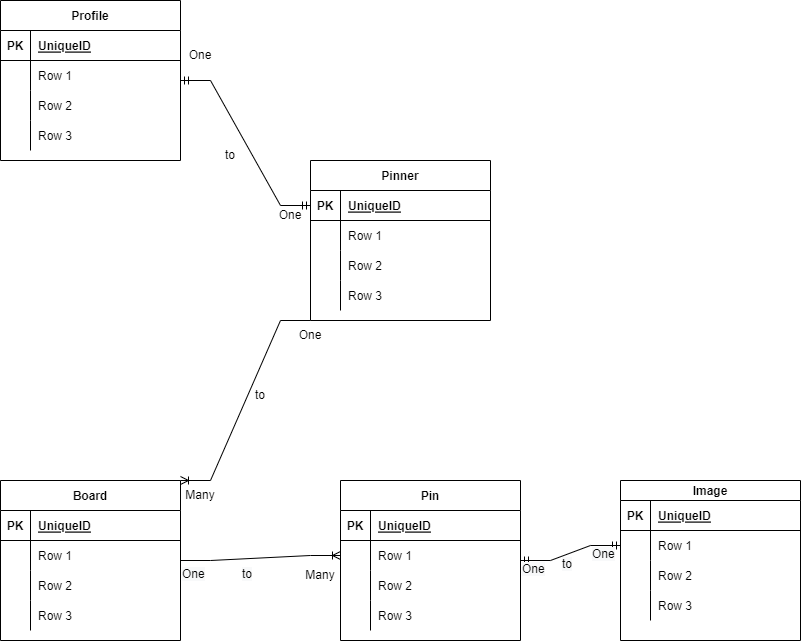
Earlier version of the draw.io export src/docs/DataBaseGraph.drawio.png (Dorstol/tatoo). Source tidied: cells renumbered, new cells last; positions are measured from the earlier drawing's top-left corner, leaving out a move shared by most shapes.
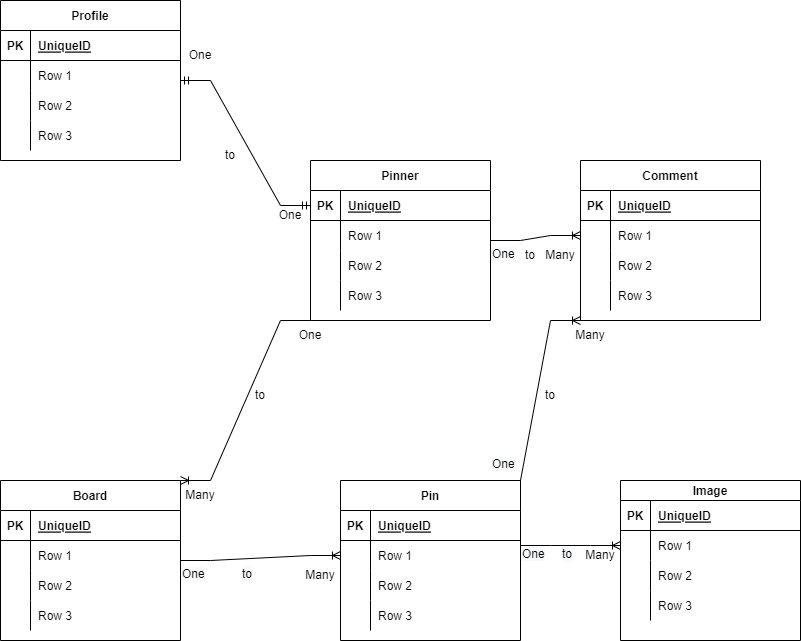
The same file after the commit.

Diff of the diagram source:
```diff
@@ -205,11 +205,6 @@
         <mxPoint x="180" y="560" as="sourcePoint" />
       </mxGeometry>
     </mxCell>
-    <mxCell id="69" style="edgeStyle=entityRelationEdgeStyle;fontSize=12;html=1;endArrow=ERmandOne;startArrow=ERmandOne;rounded=0;entryX=0;entryY=0.5;entryDx=0;entryDy=0;" parent="1" edge="1" target="58">
-      <mxGeometry relative="1" as="geometry">
-        <mxPoint x="520" y="560" as="sourcePoint" />
-      </mxGeometry>
-    </mxCell>
     <mxCell id="70" style="edgeStyle=entityRelationEdgeStyle;fontSize=12;html=1;endArrow=ERmandOne;startArrow=ERmandOne;rounded=0;entryX=0;entryY=0.5;entryDx=0;entryDy=0;" parent="1" edge="1" target="3">
       <mxGeometry relative="1" as="geometry">
         <mxPoint x="180" y="80" as="sourcePoint" />
@@ -243,13 +238,85 @@
       <mxGeometry x="290" y="560" width="60" height="30" as="geometry" />
     </mxCell>
     <mxCell id="80" value="&lt;span style=&quot;color: rgb(0, 0, 0); font-family: Helvetica; font-size: 12px; font-style: normal; font-variant-ligatures: normal; font-variant-caps: normal; font-weight: 400; letter-spacing: normal; orphans: 2; text-align: center; text-indent: 0px; text-transform: none; widows: 2; word-spacing: 0px; -webkit-text-stroke-width: 0px; background-color: rgb(248, 249, 250); text-decoration-thickness: initial; text-decoration-style: initial; text-decoration-color: initial; float: none; display: inline !important;&quot;&gt;One&lt;/span&gt;" style="text;whiteSpace=wrap;html=1;" parent="1" vertex="1">
-      <mxGeometry x="520" y="555" width="60" height="40" as="geometry" />
+      <mxGeometry x="520" y="540" width="60" height="40" as="geometry" />
     </mxCell>
-    <mxCell id="81" value="&lt;span style=&quot;color: rgb(0, 0, 0); font-family: Helvetica; font-size: 12px; font-style: normal; font-variant-ligatures: normal; font-variant-caps: normal; font-weight: 400; letter-spacing: normal; orphans: 2; text-align: center; text-indent: 0px; text-transform: none; widows: 2; word-spacing: 0px; -webkit-text-stroke-width: 0px; background-color: rgb(248, 249, 250); text-decoration-thickness: initial; text-decoration-style: initial; text-decoration-color: initial; float: none; display: inline !important;&quot;&gt;One&lt;/span&gt;" style="text;whiteSpace=wrap;html=1;" parent="1" vertex="1">
-      <mxGeometry x="590" y="540" width="60" height="40" as="geometry" />
-    </mxCell>
     <mxCell id="82" value="&lt;span style=&quot;color: rgb(0, 0, 0); font-family: Helvetica; font-size: 12px; font-style: normal; font-variant-ligatures: normal; font-variant-caps: normal; font-weight: 400; letter-spacing: normal; orphans: 2; text-align: center; text-indent: 0px; text-transform: none; widows: 2; word-spacing: 0px; -webkit-text-stroke-width: 0px; background-color: rgb(248, 249, 250); text-decoration-thickness: initial; text-decoration-style: initial; text-decoration-color: initial; float: none; display: inline !important;&quot;&gt;to&lt;/span&gt;" style="text;whiteSpace=wrap;html=1;" parent="1" vertex="1">
-      <mxGeometry x="560" y="550" width="40" height="40" as="geometry" />
+      <mxGeometry x="560" y="540" width="40" height="40" as="geometry" />
     </mxCell>
+    <mxCell id="83" style="edgeStyle=entityRelationEdgeStyle;fontSize=12;html=1;endArrow=ERoneToMany;rounded=0;entryX=0;entryY=0.5;entryDx=0;entryDy=0;" parent="1" edge="1" target="58">
+      <mxGeometry relative="1" as="geometry">
+        <mxPoint x="520" y="545" as="sourcePoint" />
+      </mxGeometry>
+    </mxCell>
+    <mxCell id="84" value="Many" style="text;html=1;strokeColor=none;fillColor=none;align=center;verticalAlign=middle;whiteSpace=wrap;rounded=0;" parent="1" vertex="1">
+      <mxGeometry x="570" y="540" width="60" height="30" as="geometry" />
+    </mxCell>
+    <mxCell id="85" value="Comment" style="shape=table;startSize=30;rowLines=0;fontStyle=1;align=center;" parent="1" vertex="1">
+      <mxGeometry x="580" y="160" width="180" height="160" as="geometry" />
+    </mxCell>
+    <mxCell id="86" style="shape=tableRow;horizontal=0;startSize=0;swimlaneHead=0;swimlaneBody=0;fillColor=none;top=0;left=0;right=0;bottom=1;" parent="85" vertex="1">
+      <mxGeometry y="30" width="180" height="30" as="geometry" />
+    </mxCell>
+    <mxCell id="87" value="PK" style="shape=partialRectangle;fillColor=none;top=0;left=0;bottom=0;right=0;fontStyle=1;overflow=hidden;" parent="86" vertex="1">
+      <mxGeometry width="30" height="30" as="geometry" />
+    </mxCell>
+    <mxCell id="88" value="UniqueID" style="shape=partialRectangle;fillColor=none;top=0;left=0;bottom=0;right=0;align=left;spacingLeft=6;fontStyle=5;overflow=hidden;" parent="86" vertex="1">
+      <mxGeometry x="30" width="150" height="30" as="geometry" />
+    </mxCell>
+    <mxCell id="89" style="shape=tableRow;horizontal=0;startSize=0;swimlaneHead=0;swimlaneBody=0;fillColor=none;points=[[0,0.5],[1,0.5]];portConstraint=eastwest;top=0;left=0;right=0;bottom=0;" parent="85" vertex="1">
+      <mxGeometry y="60" width="180" height="30" as="geometry" />
+    </mxCell>
+    <mxCell id="90" style="shape=partialRectangle;fillColor=none;top=0;left=0;bottom=0;right=0;overflow=hidden;" parent="89" vertex="1">
+      <mxGeometry width="30" height="30" as="geometry" />
+    </mxCell>
+    <mxCell id="91" value="Row 1" style="shape=partialRectangle;fillColor=none;top=0;left=0;bottom=0;right=0;align=left;spacingLeft=6;overflow=hidden;" parent="89" vertex="1">
+      <mxGeometry x="30" width="150" height="30" as="geometry" />
+    </mxCell>
+    <mxCell id="92" style="shape=tableRow;horizontal=0;startSize=0;swimlaneHead=0;swimlaneBody=0;fillColor=none;top=0;left=0;right=0;bottom=0;" parent="85" vertex="1">
+      <mxGeometry y="90" width="180" height="30" as="geometry" />
+    </mxCell>
+    <mxCell id="93" style="shape=partialRectangle;fillColor=none;top=0;left=0;bottom=0;right=0;overflow=hidden;" parent="92" vertex="1">
+      <mxGeometry width="30" height="30" as="geometry" />
+    </mxCell>
+    <mxCell id="94" value="Row 2" style="shape=partialRectangle;fillColor=none;top=0;left=0;bottom=0;right=0;align=left;spacingLeft=6;overflow=hidden;" parent="92" vertex="1">
+      <mxGeometry x="30" width="150" height="30" as="geometry" />
+    </mxCell>
+    <mxCell id="95" style="shape=tableRow;horizontal=0;startSize=0;swimlaneHead=0;swimlaneBody=0;fillColor=none;top=0;left=0;right=0;bottom=0;" parent="85" vertex="1">
+      <mxGeometry y="120" width="180" height="30" as="geometry" />
+    </mxCell>
+    <mxCell id="96" style="shape=partialRectangle;fillColor=none;top=0;left=0;bottom=0;right=0;overflow=hidden;" parent="95" vertex="1">
+      <mxGeometry width="30" height="30" as="geometry" />
+    </mxCell>
+    <mxCell id="97" value="Row 3" style="shape=partialRectangle;fillColor=none;top=0;left=0;bottom=0;right=0;align=left;spacingLeft=6;overflow=hidden;" parent="95" vertex="1">
+      <mxGeometry x="30" width="150" height="30" as="geometry" />
+    </mxCell>
+    <mxCell id="98" style="edgeStyle=entityRelationEdgeStyle;fontSize=12;html=1;endArrow=ERoneToMany;rounded=0;entryX=0;entryY=0.5;entryDx=0;entryDy=0;" parent="1" edge="1" target="89">
+      <mxGeometry relative="1" as="geometry">
+        <mxPoint x="490" y="240" as="sourcePoint" />
+      </mxGeometry>
+    </mxCell>
+    <mxCell id="99" style="edgeStyle=entityRelationEdgeStyle;fontSize=12;html=1;endArrow=ERoneToMany;rounded=0;entryX=0;entryY=1;entryDx=0;entryDy=0;" parent="1" edge="1" target="85">
+      <mxGeometry relative="1" as="geometry">
+        <mxPoint x="490" y="480" as="sourcePoint" />
+      </mxGeometry>
+    </mxCell>
+    <mxCell id="100" value="&lt;span style=&quot;color: rgb(0, 0, 0); font-family: Helvetica; font-size: 12px; font-style: normal; font-variant-ligatures: normal; font-variant-caps: normal; font-weight: 400; letter-spacing: normal; orphans: 2; text-align: center; text-indent: 0px; text-transform: none; widows: 2; word-spacing: 0px; -webkit-text-stroke-width: 0px; background-color: rgb(248, 249, 250); text-decoration-thickness: initial; text-decoration-style: initial; text-decoration-color: initial; float: none; display: inline !important;&quot;&gt;One&lt;/span&gt;" style="text;whiteSpace=wrap;html=1;" parent="1" vertex="1">
+      <mxGeometry x="490" y="240" width="60" height="40" as="geometry" />
+    </mxCell>
+    <mxCell id="101" value="Many" style="text;html=1;strokeColor=none;fillColor=none;align=center;verticalAlign=middle;whiteSpace=wrap;rounded=0;" parent="1" vertex="1">
+      <mxGeometry x="530" y="240" width="60" height="30" as="geometry" />
+    </mxCell>
+    <mxCell id="102" value="Many" style="text;html=1;strokeColor=none;fillColor=none;align=center;verticalAlign=middle;whiteSpace=wrap;rounded=0;" parent="1" vertex="1">
+      <mxGeometry x="560" y="320" width="60" height="30" as="geometry" />
+    </mxCell>
+    <mxCell id="103" value="&lt;span style=&quot;color: rgb(0, 0, 0); font-family: Helvetica; font-size: 12px; font-style: normal; font-variant-ligatures: normal; font-variant-caps: normal; font-weight: 400; letter-spacing: normal; orphans: 2; text-align: center; text-indent: 0px; text-transform: none; widows: 2; word-spacing: 0px; -webkit-text-stroke-width: 0px; background-color: rgb(248, 249, 250); text-decoration-thickness: initial; text-decoration-style: initial; text-decoration-color: initial; float: none; display: inline !important;&quot;&gt;One&lt;/span&gt;" style="text;whiteSpace=wrap;html=1;" parent="1" vertex="1">
+      <mxGeometry x="490" y="450" width="60" height="40" as="geometry" />
+    </mxCell>
+    <mxCell id="104" value="to" style="text;html=1;strokeColor=none;fillColor=none;align=center;verticalAlign=middle;whiteSpace=wrap;rounded=0;" parent="1" vertex="1">
+      <mxGeometry x="520" y="380" width="60" height="30" as="geometry" />
+    </mxCell>
+    <mxCell id="105" value="to" style="text;html=1;strokeColor=none;fillColor=none;align=center;verticalAlign=middle;whiteSpace=wrap;rounded=0;" parent="1" vertex="1">
+      <mxGeometry x="500" y="240" width="60" height="30" as="geometry" />
+    </mxCell>
   </root>
 </mxGraphModel>
```
